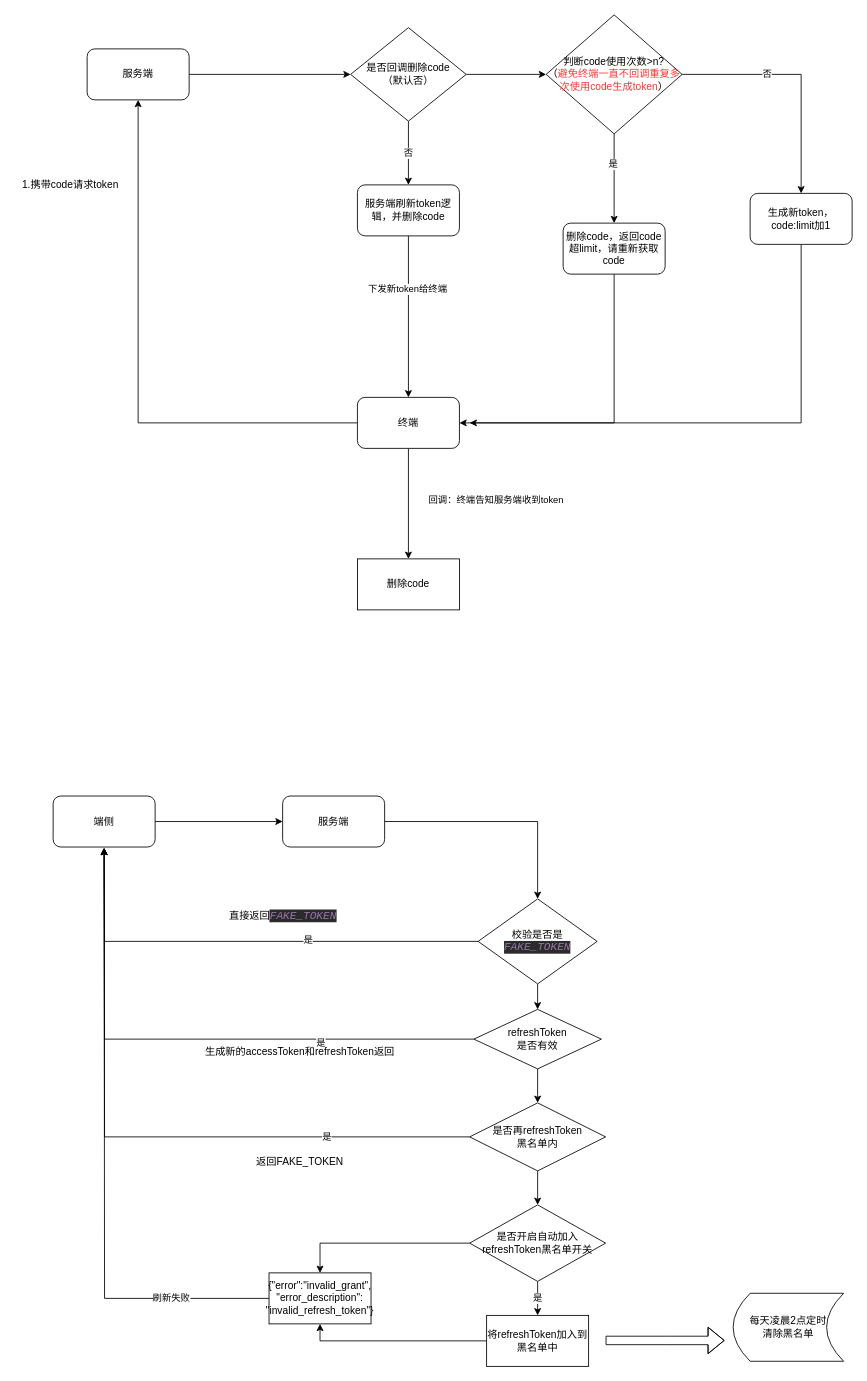
Above: Untitled Diagram.drawio in Luyq-java/gupao-course (draw.io), before the change. Source tidied: cells renumbered, new cells numbered last; positions are measured from the earlier drawing's top-left corner, leaving out a move shared by most shapes. Both pictures are drawn from the tidied source at 85%, with x=0, y=0 at pixel (14, 14).
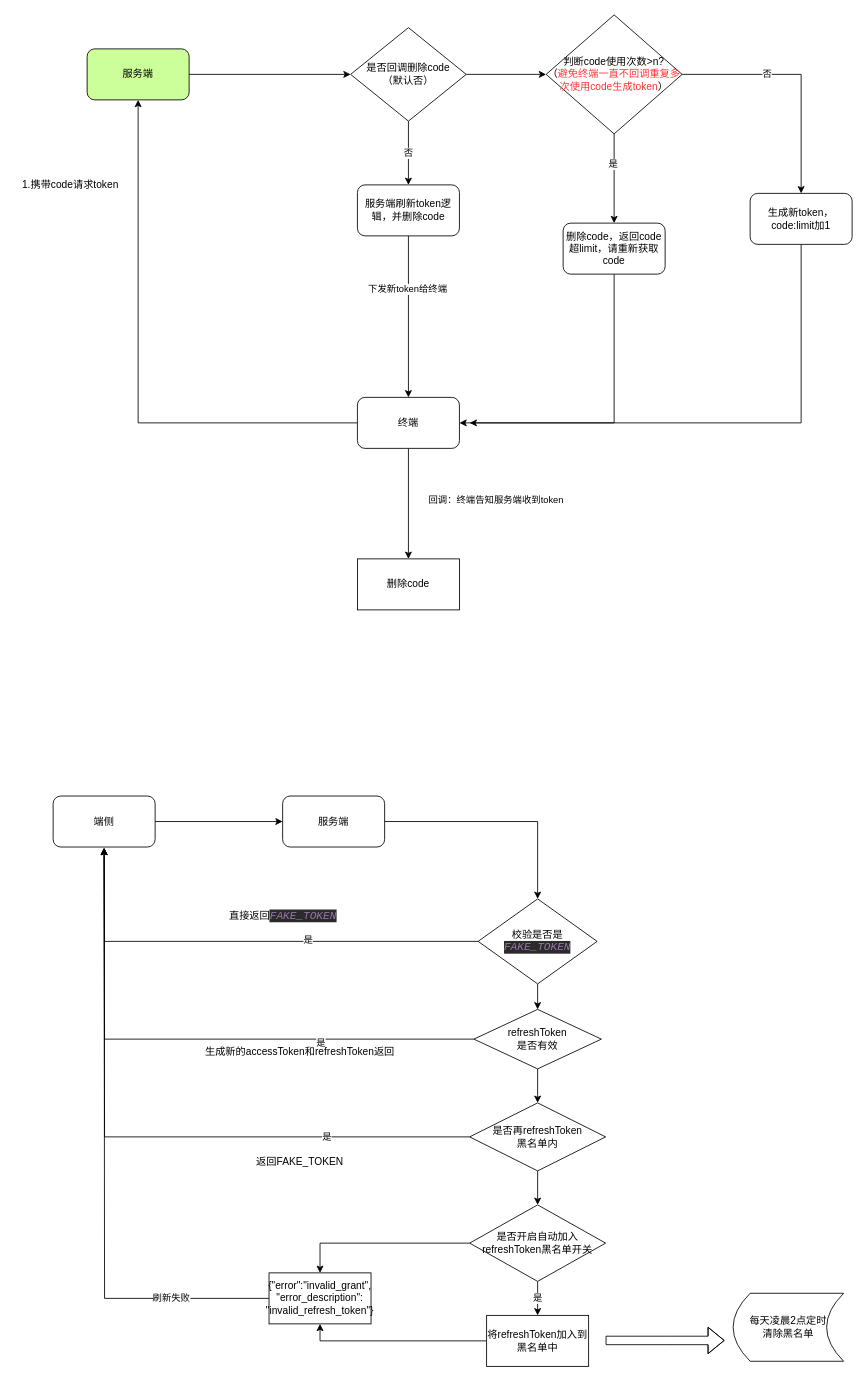
The same diagram, later.

Diff of the diagram source:
```diff
@@
-    <mxCell id="7" value="服务端" style="rounded=1;whiteSpace=wrap;html=1;" parent="1" vertex="1">
+    <mxCell id="7" value="服务端" style="rounded=1;whiteSpace=wrap;html=1;fillColor=#CCFF99;" parent="1" vertex="1">
       <mxGeometry x="85" y="40" width="120" height="60" as="geometry" />
     </mxCell>
```
